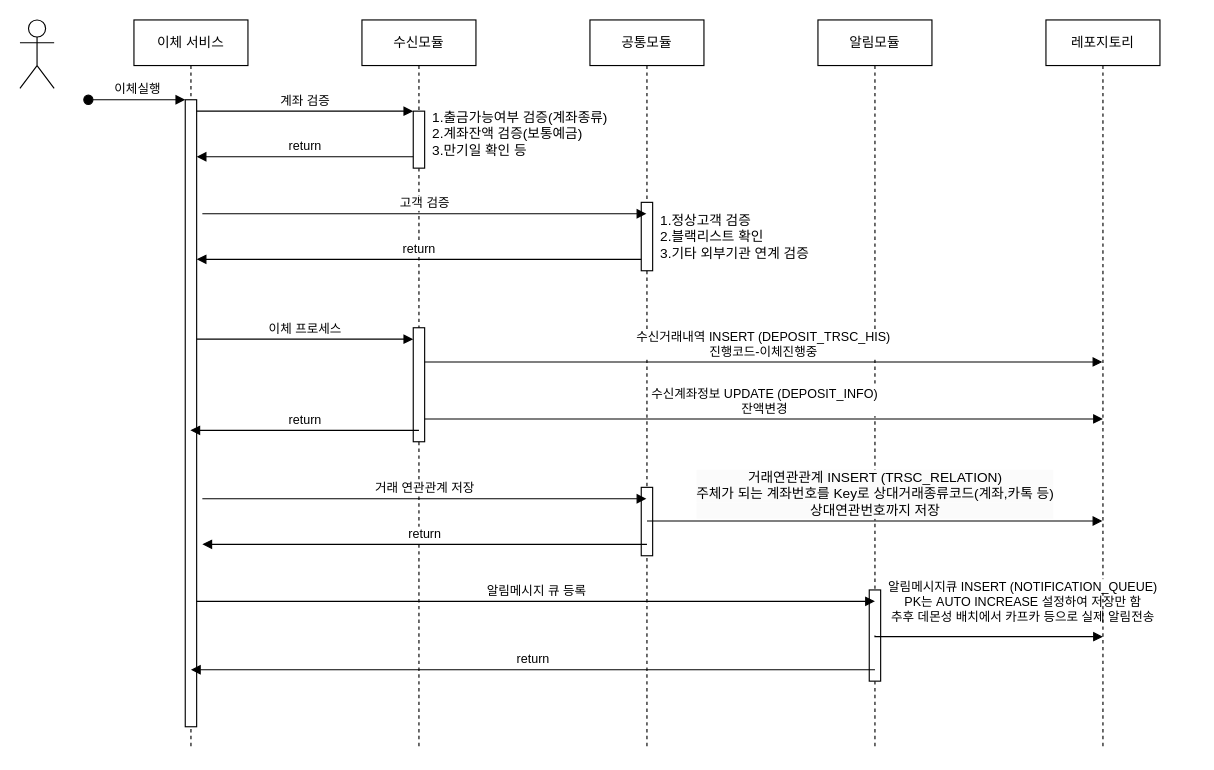
This is src/main/resources/files/시퀀스다이어그램/송금서비스.drawio from NohKeun/kakao, a draw.io file, before an edit. Source tidied: cells renumbered, new cells numbered last; positions are measured from the earlier drawing's top-left corner, leaving out a move shared by most shapes. Both pictures are drawn from the tidied source at 114%, with x=0, y=0 at pixel (19, 19).
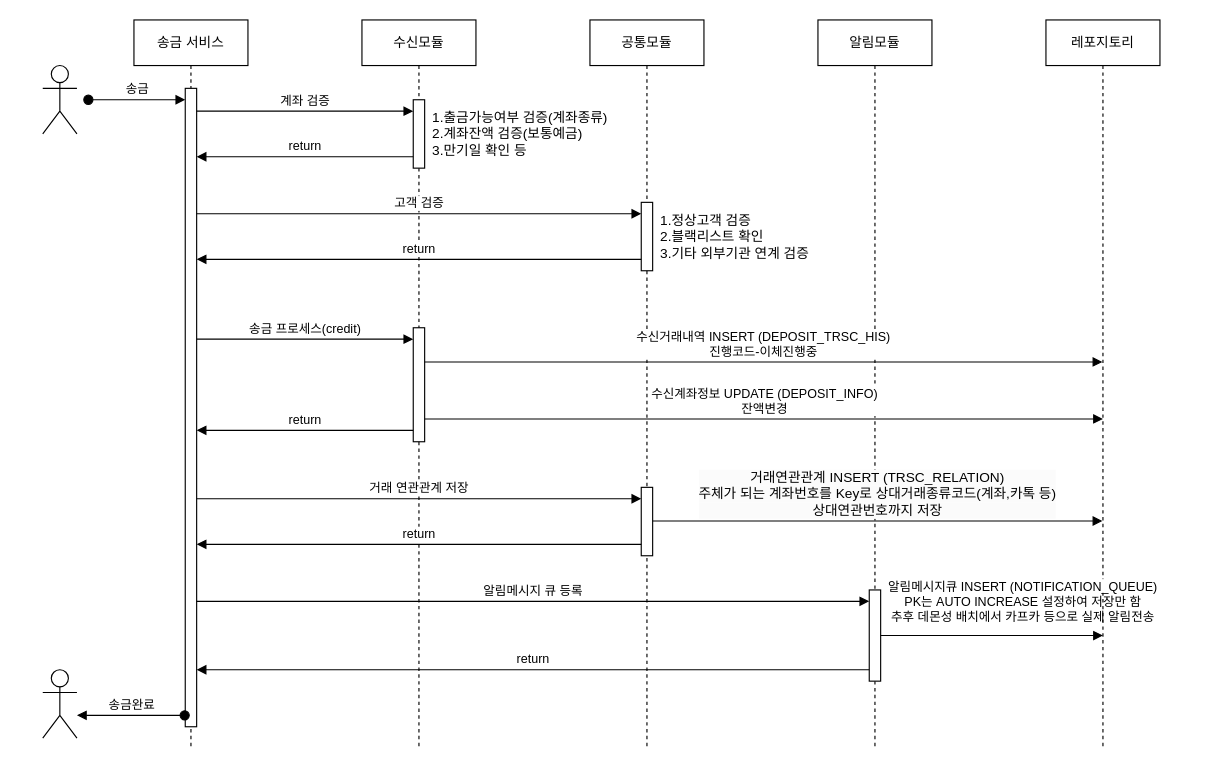
The same page after the edit.

Commit message:
송금서비스.drawio 업데이트

The change refers to these unchanged cells:
```xml
<mxCell id="5" value="수신모듈" style="shape=umlLifeline;perimeter=lifelinePerimeter;whiteSpace=wrap;html=1;newEdgeStyle={&quot;edgeStyle&quot;:&quot;elbowEdgeStyle&quot;,&quot;elbow&quot;:&quot;vertical&quot;,&quot;curved&quot;:0,&quot;rounded&quot;:0};" parent="1" vertex="1">
  <mxGeometry x="300" width="100" height="640" as="geometry" />
</mxCell>
<mxCell id="7" style="html=1;points=[];perimeter=orthogonalPerimeter;outlineConnect=0;targetShapes=umlLifeline;portConstraint=eastwest;newEdgeStyle={&quot;edgeStyle&quot;:&quot;elbowEdgeStyle&quot;,&quot;elbow&quot;:&quot;vertical&quot;,&quot;curved&quot;:0,&quot;rounded&quot;:0};" parent="5" vertex="1">
  <mxGeometry x="45" y="270" width="10" height="100" as="geometry" />
</mxCell>
<mxCell id="10" value="공통모듈" style="shape=umlLifeline;perimeter=lifelinePerimeter;whiteSpace=wrap;html=1;outlineConnect=0;portConstraint=eastwest;newEdgeStyle={&quot;edgeStyle&quot;:&quot;elbowEdgeStyle&quot;,&quot;elbow&quot;:&quot;vertical&quot;,&quot;curved&quot;:0,&quot;rounded&quot;:0};" parent="1" vertex="1">
  <mxGeometry x="500" width="100" height="640" as="geometry" />
</mxCell>
<mxCell id="11" style="html=1;points=[];perimeter=orthogonalPerimeter;outlineConnect=0;targetShapes=umlLifeline;portConstraint=eastwest;newEdgeStyle={&quot;edgeStyle&quot;:&quot;elbowEdgeStyle&quot;,&quot;elbow&quot;:&quot;vertical&quot;,&quot;curved&quot;:0,&quot;rounded&quot;:0};" parent="10" vertex="1">
  <mxGeometry x="45" y="160" width="10" height="60" as="geometry" />
</mxCell>
<mxCell id="12" style="html=1;points=[];perimeter=orthogonalPerimeter;outlineConnect=0;targetShapes=umlLifeline;portConstraint=eastwest;newEdgeStyle={&quot;edgeStyle&quot;:&quot;elbowEdgeStyle&quot;,&quot;elbow&quot;:&quot;vertical&quot;,&quot;curved&quot;:0,&quot;rounded&quot;:0};" parent="10" vertex="1">
  <mxGeometry x="45" y="410" width="10" height="60" as="geometry" />
</mxCell>
<mxCell id="14" style="html=1;points=[];perimeter=orthogonalPerimeter;outlineConnect=0;targetShapes=umlLifeline;portConstraint=eastwest;newEdgeStyle={&quot;edgeStyle&quot;:&quot;elbowEdgeStyle&quot;,&quot;elbow&quot;:&quot;vertical&quot;,&quot;curved&quot;:0,&quot;rounded&quot;:0};" parent="13" vertex="1">
  <mxGeometry x="45" y="500" width="10" height="80" as="geometry" />
</mxCell>
<mxCell id="15" value="레포지토리" style="shape=umlLifeline;perimeter=lifelinePerimeter;whiteSpace=wrap;html=1;outlineConnect=0;portConstraint=eastwest;newEdgeStyle={&quot;edgeStyle&quot;:&quot;elbowEdgeStyle&quot;,&quot;elbow&quot;:&quot;vertical&quot;,&quot;curved&quot;:0,&quot;rounded&quot;:0};" parent="1" vertex="1">
  <mxGeometry x="900" width="100" height="640" as="geometry" />
</mxCell>
```

Diff of the diagram source:
```diff
@@
-    <mxCell id="2" value="이체 서비스" style="shape=umlLifeline;perimeter=lifelinePerimeter;whiteSpace=wrap;html=1;newEdgeStyle={&quot;edgeStyle&quot;:&quot;elbowEdgeStyle&quot;,&quot;elbow&quot;:&quot;vertical&quot;,&quot;curved&quot;:0,&quot;rounded&quot;:0};" parent="1" vertex="1">
+    <mxCell id="2" value="송금 서비스" style="shape=umlLifeline;perimeter=lifelinePerimeter;whiteSpace=wrap;html=1;newEdgeStyle={&quot;edgeStyle&quot;:&quot;elbowEdgeStyle&quot;,&quot;elbow&quot;:&quot;vertical&quot;,&quot;curved&quot;:0,&quot;rounded&quot;:0};" parent="1" vertex="1">
       <mxGeometry x="100" width="100" height="640" as="geometry" />
     </mxCell>
     <mxCell id="3" style="html=1;points=[];perimeter=orthogonalPerimeter;outlineConnect=0;targetShapes=umlLifeline;portConstraint=eastwest;newEdgeStyle={&quot;edgeStyle&quot;:&quot;elbowEdgeStyle&quot;,&quot;elbow&quot;:&quot;vertical&quot;,&quot;curved&quot;:0,&quot;rounded&quot;:0};" parent="2" vertex="1">
-      <mxGeometry x="45" y="70" width="10" height="550" as="geometry" />
+      <mxGeometry x="45" y="60" width="10" height="560" as="geometry" />
     </mxCell>
-    <mxCell id="4" value="이체실행" style="html=1;verticalAlign=bottom;startArrow=oval;endArrow=block;startSize=8;edgeStyle=elbowEdgeStyle;elbow=vertical;curved=0;rounded=0;" parent="2" edge="1" target="3">
+    <mxCell id="4" value="송금" style="html=1;verticalAlign=bottom;startArrow=oval;endArrow=block;startSize=8;edgeStyle=elbowEdgeStyle;elbow=vertical;curved=0;rounded=0;" parent="2" edge="1" target="3">
       <mxGeometry relative="1" as="geometry">
         <mxPoint x="-40" y="70" as="sourcePoint" />
       </mxGeometry>
     </mxCell>
@@
     <mxCell id="6" style="html=1;points=[];perimeter=orthogonalPerimeter;outlineConnect=0;targetShapes=umlLifeline;portConstraint=eastwest;newEdgeStyle={&quot;edgeStyle&quot;:&quot;elbowEdgeStyle&quot;,&quot;elbow&quot;:&quot;vertical&quot;,&quot;curved&quot;:0,&quot;rounded&quot;:0};" parent="5" vertex="1">
-      <mxGeometry x="45" y="80" width="10" height="50" as="geometry" />
+      <mxGeometry x="45" y="70" width="10" height="60" as="geometry" />
     </mxCell>
@@
     <mxCell id="16" style="shape=umlActor;verticalLabelPosition=bottom;verticalAlign=top;html=1;" parent="1" vertex="1">
-      <mxGeometry width="30" height="60" as="geometry" />
+      <mxGeometry x="20" y="40" width="30" height="60" as="geometry" />
     </mxCell>
@@
-    <mxCell id="18" value="고객 검증" style="html=1;verticalAlign=bottom;endArrow=block;edgeStyle=elbowEdgeStyle;elbow=vertical;curved=0;rounded=0;" parent="1" edge="1" target="10">
+    <mxCell id="18" value="고객 검증" style="html=1;verticalAlign=bottom;endArrow=block;edgeStyle=elbowEdgeStyle;elbow=vertical;curved=0;rounded=0;" parent="1" edge="1" source="3" target="11">
       <mxGeometry relative="1" as="geometry">
-        <mxPoint x="160" y="170" as="sourcePoint" />
         <Array as="points">
+          <mxPoint x="200" y="170" />
           <mxPoint x="285" y="170" />
         </Array>
       </mxGeometry>
     </mxCell>
@@
-    <mxCell id="21" value="이체 프로세스" style="html=1;verticalAlign=bottom;endArrow=block;edgeStyle=elbowEdgeStyle;elbow=vertical;curved=0;rounded=0;" parent="1" edge="1" source="3" target="7">
+    <mxCell id="21" value="송금 프로세스(credit)" style="html=1;verticalAlign=bottom;endArrow=block;edgeStyle=elbowEdgeStyle;elbow=vertical;curved=0;rounded=0;" parent="1" edge="1" source="3" target="7">
       <mxGeometry relative="1" as="geometry">
         <Array as="points">
           <mxPoint x="285" y="280" />
         </Array>
       </mxGeometry>
     </mxCell>
-    <mxCell id="22" value="return" style="html=1;verticalAlign=bottom;endArrow=block;edgeStyle=elbowEdgeStyle;elbow=vertical;curved=0;rounded=0;" parent="1" edge="1">
+    <mxCell id="22" value="return" style="html=1;verticalAlign=bottom;endArrow=block;edgeStyle=elbowEdgeStyle;elbow=vertical;curved=0;rounded=0;" parent="1" edge="1" source="7" target="3">
       <mxGeometry relative="1" as="geometry">
-        <mxPoint x="350" y="360" as="sourcePoint" />
-        <mxPoint x="149.5" y="360" as="targetPoint" />
         <Array as="points">
-          <mxPoint x="285" y="360" />
+          <mxPoint x="340" y="360" />
         </Array>
       </mxGeometry>
     </mxCell>
@@
-    <mxCell id="25" value="거래 연관관계 저장" style="html=1;verticalAlign=bottom;endArrow=block;edgeStyle=elbowEdgeStyle;elbow=vertical;curved=0;rounded=0;" parent="1" edge="1" target="10">
+    <mxCell id="25" value="거래 연관관계 저장" style="html=1;verticalAlign=bottom;endArrow=block;edgeStyle=elbowEdgeStyle;elbow=vertical;curved=0;rounded=0;" parent="1" edge="1" source="3" target="12">
       <mxGeometry relative="1" as="geometry">
-        <mxPoint x="160" y="420" as="sourcePoint" />
         <Array as="points">
           <mxPoint x="290" y="420" />
         </Array>
       </mxGeometry>
     </mxCell>
@@
-    <mxCell id="27" value="return" style="html=1;verticalAlign=bottom;endArrow=block;edgeStyle=elbowEdgeStyle;elbow=vertical;curved=0;rounded=0;" parent="1" edge="1">
+    <mxCell id="27" value="return" style="html=1;verticalAlign=bottom;endArrow=block;edgeStyle=elbowEdgeStyle;elbow=vertical;curved=0;rounded=0;" parent="1" edge="1" source="12" target="3">
       <mxGeometry relative="1" as="geometry">
-        <mxPoint x="550" y="460" as="sourcePoint" />
-        <mxPoint x="160" y="460" as="targetPoint" />
         <Array as="points">
-          <mxPoint x="495" y="460" />
+          <mxPoint x="450" y="460" />
         </Array>
       </mxGeometry>
     </mxCell>
-    <mxCell id="28" value="알림메시지 큐 등록" style="html=1;verticalAlign=bottom;endArrow=block;edgeStyle=elbowEdgeStyle;elbow=vertical;curved=0;rounded=0;" parent="1" edge="1">
+    <mxCell id="28" value="알림메시지 큐 등록" style="html=1;verticalAlign=bottom;endArrow=block;edgeStyle=elbowEdgeStyle;elbow=vertical;curved=0;rounded=0;" parent="1" edge="1" target="14">
       <mxGeometry relative="1" as="geometry">
         <mxPoint x="155" y="510" as="sourcePoint" />
-        <mxPoint x="750" y="510" as="targetPoint" />
         <Array as="points">
           <mxPoint x="285" y="510" />
         </Array>
       </mxGeometry>
     </mxCell>
-    <mxCell id="29" value="return" style="html=1;verticalAlign=bottom;endArrow=block;edgeStyle=elbowEdgeStyle;elbow=vertical;curved=0;rounded=0;" parent="1" edge="1">
+    <mxCell id="29" value="return" style="html=1;verticalAlign=bottom;endArrow=block;edgeStyle=elbowEdgeStyle;elbow=vertical;curved=0;rounded=0;" parent="1" edge="1" source="14" target="3">
       <mxGeometry relative="1" as="geometry">
-        <mxPoint x="750" y="570" as="sourcePoint" />
-        <mxPoint x="150" y="570" as="targetPoint" />
         <Array as="points">
           <mxPoint x="285.5" y="570" />
         </Array>
       </mxGeometry>
     </mxCell>
-    <mxCell id="30" value="&lt;div style=&quot;font-size: 12px; background-color: rgb(251, 251, 251);&quot;&gt;거래연관관계 INSERT (TRSC_RELATION)&lt;/div&gt;&lt;div style=&quot;font-size: 12px; background-color: rgb(251, 251, 251);&quot;&gt;&lt;span style=&quot;background-color: initial;&quot;&gt;주체가 되는 계좌번호를 Key로&amp;nbsp;&lt;/span&gt;&lt;span style=&quot;background-color: initial;&quot;&gt;상대거래종류코드(계좌,카톡 등)&lt;/span&gt;&lt;/div&gt;&lt;div style=&quot;font-size: 12px; background-color: rgb(251, 251, 251);&quot;&gt;&lt;span style=&quot;background-color: initial;&quot;&gt;상대연관번호까지 저장&lt;/span&gt;&lt;/div&gt;" style="html=1;verticalAlign=bottom;endArrow=block;edgeStyle=elbowEdgeStyle;elbow=vertical;curved=0;rounded=0;align=center;" parent="1" edge="1" target="15">
+    <mxCell id="30" value="&lt;div style=&quot;font-size: 12px; background-color: rgb(251, 251, 251);&quot;&gt;거래연관관계 INSERT (TRSC_RELATION)&lt;/div&gt;&lt;div style=&quot;font-size: 12px; background-color: rgb(251, 251, 251);&quot;&gt;&lt;span style=&quot;background-color: initial;&quot;&gt;주체가 되는 계좌번호를 Key로&amp;nbsp;&lt;/span&gt;&lt;span style=&quot;background-color: initial;&quot;&gt;상대거래종류코드(계좌,카톡 등)&lt;/span&gt;&lt;/div&gt;&lt;div style=&quot;font-size: 12px; background-color: rgb(251, 251, 251);&quot;&gt;&lt;span style=&quot;background-color: initial;&quot;&gt;상대연관번호까지 저장&lt;/span&gt;&lt;/div&gt;" style="html=1;verticalAlign=bottom;endArrow=block;edgeStyle=elbowEdgeStyle;elbow=vertical;curved=0;rounded=0;align=center;" parent="1" edge="1" source="12" target="15">
       <mxGeometry relative="1" as="geometry">
-        <mxPoint x="550" y="439.5" as="sourcePoint" />
         <Array as="points">
           <mxPoint x="685" y="439.5" />
         </Array>
       </mxGeometry>
     </mxCell>
-    <mxCell id="31" style="html=1;verticalAlign=bottom;endArrow=block;edgeStyle=elbowEdgeStyle;elbow=vertical;curved=0;rounded=0;align=center;" parent="1" edge="1">
+    <mxCell id="31" style="html=1;verticalAlign=bottom;endArrow=block;edgeStyle=elbowEdgeStyle;elbow=horizontal;curved=0;rounded=0;align=center;" parent="1" edge="1" source="14">
       <mxGeometry relative="1" as="geometry">
-        <mxPoint x="750" y="540" as="sourcePoint" />
-        <mxPoint x="950" y="541" as="targetPoint" />
+        <mxPoint x="950" y="540" as="targetPoint" />
       </mxGeometry>
     </mxCell>
@@
+    <mxCell id="33" style="shape=umlActor;verticalLabelPosition=bottom;verticalAlign=top;html=1;outlineConnect=0;" parent="1" vertex="1">
+      <mxGeometry x="20" y="570" width="30" height="60" as="geometry" />
+    </mxCell>
+    <mxCell id="34" value="송금완료" style="html=1;verticalAlign=bottom;startArrow=oval;endArrow=block;startSize=8;edgeStyle=elbowEdgeStyle;elbow=vertical;curved=0;rounded=0;" parent="1" edge="1" target="33">
+      <mxGeometry relative="1" as="geometry">
+        <mxPoint x="144.5" y="610" as="sourcePoint" />
+      </mxGeometry>
+    </mxCell>
```
